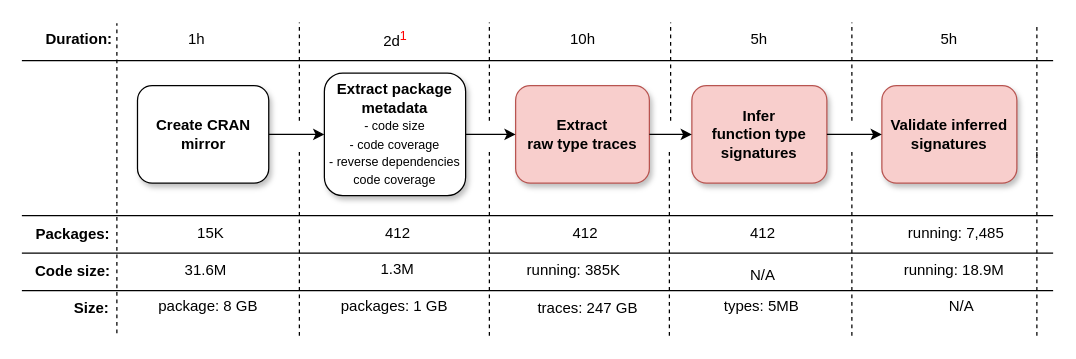
reallyTG/typeR keeps this draw.io diagram as paper/plots/analysis-pipeline.drawio. Above is the earlier version. Source tidied: cells renumbered, new cells numbered last; positions are measured from the earlier drawing's top-left corner, leaving out a move shared by most shapes. Both pictures are drawn from the tidied source at 125%, with x=0, y=0 at pixel (21, 22).
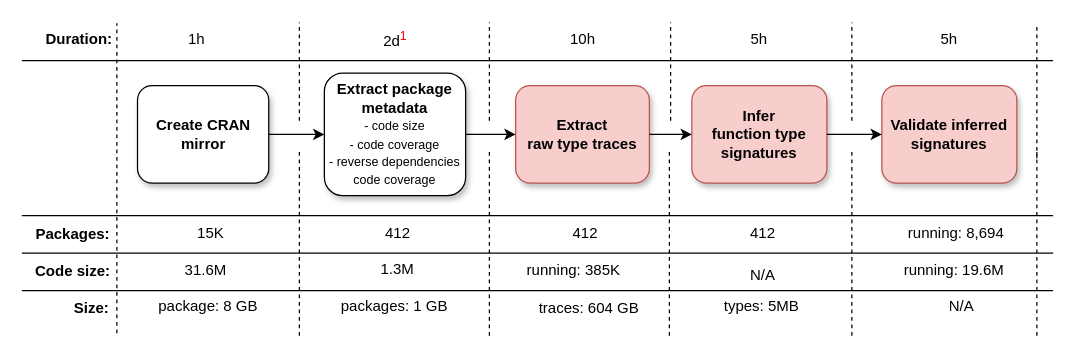
The same diagram, later.

What changed in the source:
```diff
@@
-    <mxCell id="34" value="running: 7,485 " style="text;html=1;align=right;" parent="1" vertex="1">
+    <mxCell id="34" value="running: 8,694" style="text;html=1;align=right;" parent="1" vertex="1">
       <mxGeometry x="677" y="154" width="110" height="30" as="geometry" />
     </mxCell>
-    <mxCell id="35" value="running: 18.9M" style="text;html=1;align=right;" parent="1" vertex="1">
+    <mxCell id="35" value="running: 19.6M" style="text;html=1;align=right;" parent="1" vertex="1">
       <mxGeometry x="697" y="184" width="90" height="30" as="geometry" />
     </mxCell>
@@
-    <mxCell id="45" value="traces: 247 GB" style="text;html=1;align=right;" parent="1" vertex="1">
-      <mxGeometry x="403.5" y="214" width="90" height="30" as="geometry" />
+    <mxCell id="45" value="traces: 604 GB" style="text;html=1;align=right;" parent="1" vertex="1">
+      <mxGeometry x="403.5" y="214" width="91.5" height="34" as="geometry" />
     </mxCell>
```
